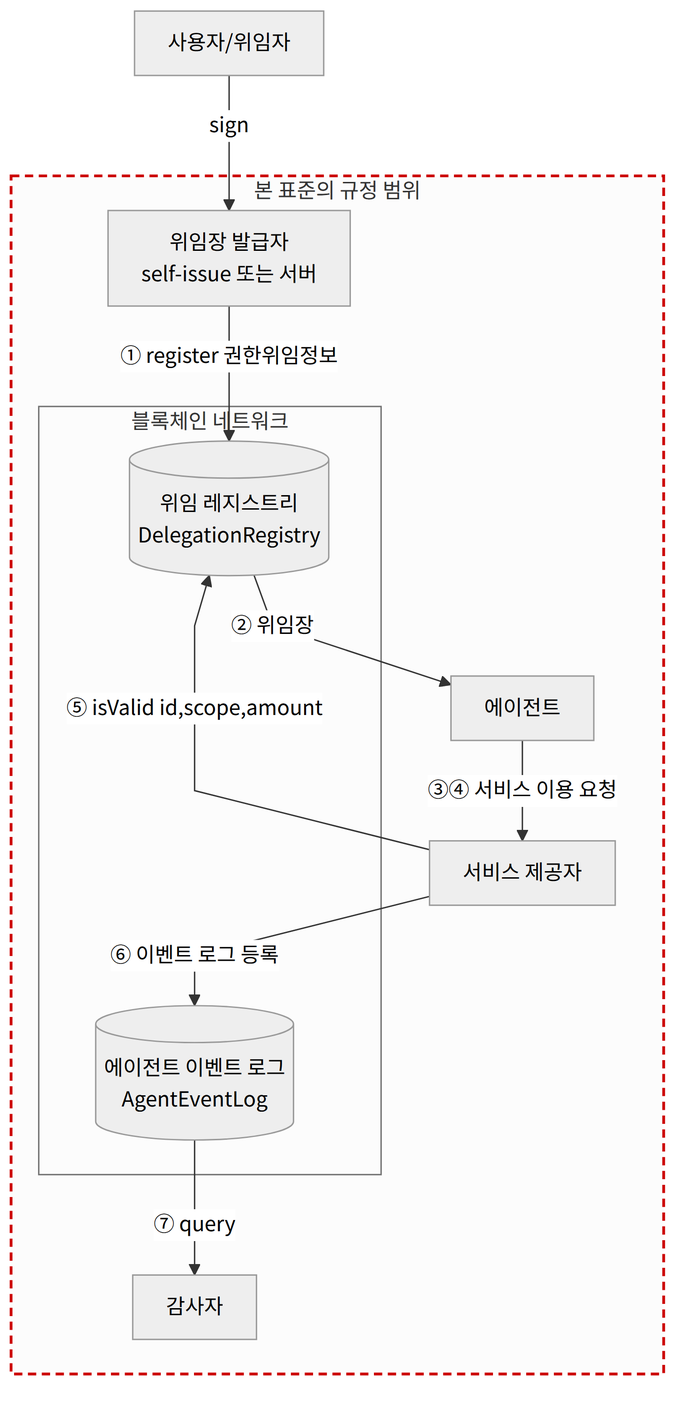
Before: docs/tta-standard/figures/fig1-architecture.png, a diagram exported from Mermaid (jsong1230/meta-agents). Its source is kept beside it as docs/tta-standard/figures/fig1-architecture.mmd. Source of this version:
```mermaid
flowchart TD
    U[사용자/위임자]
    subgraph STD[본 표준의 규정 범위]
        ISS[위임장 발급자<br/>self-issue 또는 서버]
        AG[에이전트]
        SP[서비스 제공자]
        AUD[감사자]
        subgraph BC[블록체인 네트워크]
            REG[(위임 레지스트리<br/>DelegationRegistry)]
            LOG[(에이전트 이벤트 로그<br/>AgentEventLog)]
        end
    end
    U -->|sign| ISS
    ISS -->|① register 권한위임정보| REG
    REG -->|② 위임장| AG
    AG -->|③④ 서비스 이용 요청| SP
    SP -->|⑤ isValid id,scope,amount| REG
    SP -->|⑥ 이벤트 로그 등록| LOG
    LOG -->|⑦ query| AUD
    style STD stroke:#c00,stroke-width:2px,stroke-dasharray:6 4
```
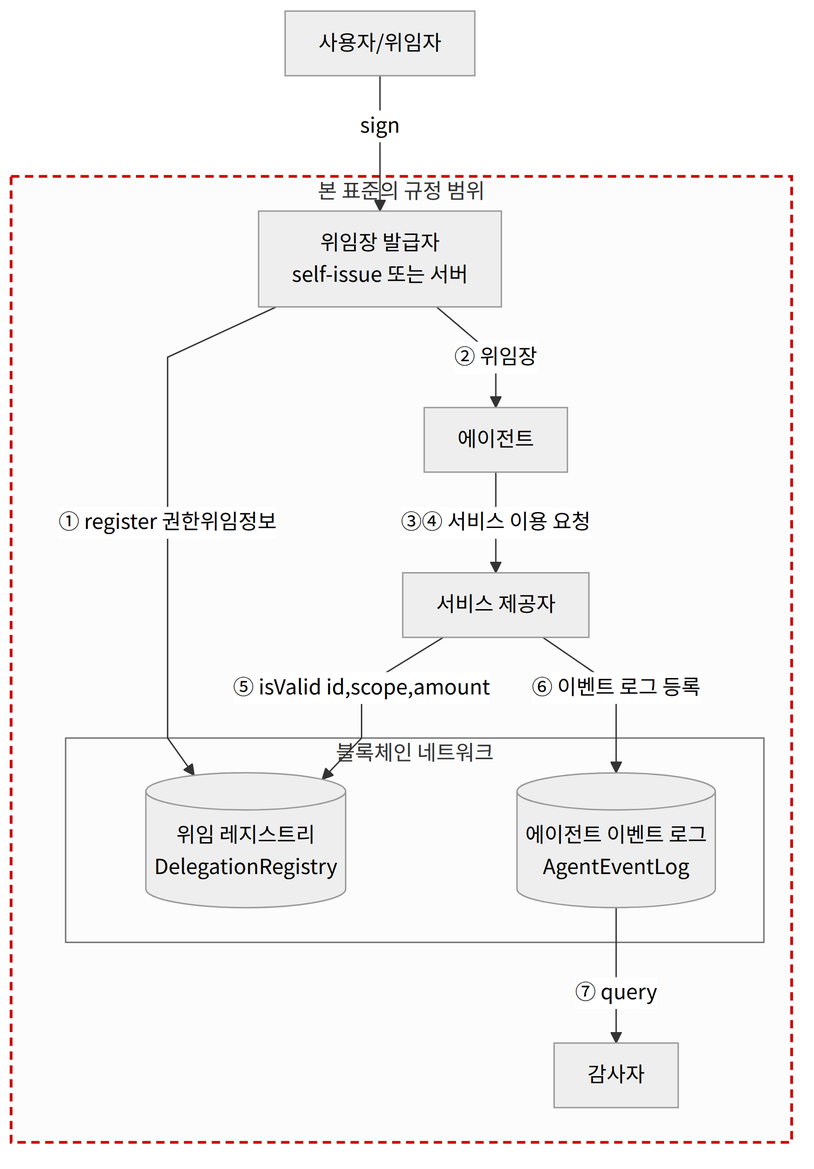
After the change.

The edit, as a diff of the source:
```diff
@@ -12,7 +12,7 @@
     end
     U -->|sign| ISS
     ISS -->|① register 권한위임정보| REG
-    REG -->|② 위임장| AG
+    ISS -->|② 위임장| AG
     AG -->|③④ 서비스 이용 요청| SP
     SP -->|⑤ isValid id,scope,amount| REG
     SP -->|⑥ 이벤트 로그 등록| LOG
```
